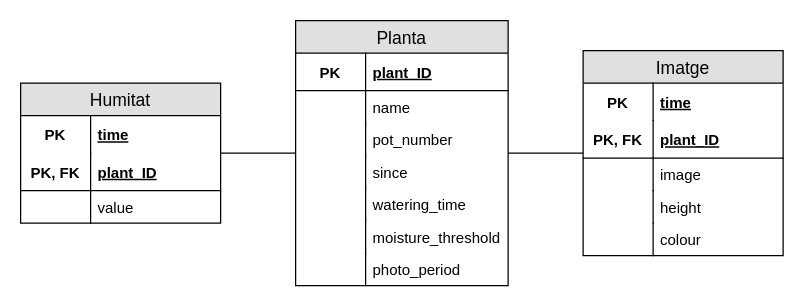
The draw.io diagram Diagrams/DB_ModelRelacional_v2.drawio in gerardPlanella/WeePlant, before the edit. Source tidied: cells renumbered, new cells numbered last; positions are measured from the earlier drawing's top-left corner, leaving out a move shared by most shapes. Both pictures are drawn from the tidied source at 125%, with x=0, y=0 at pixel (20, 20).
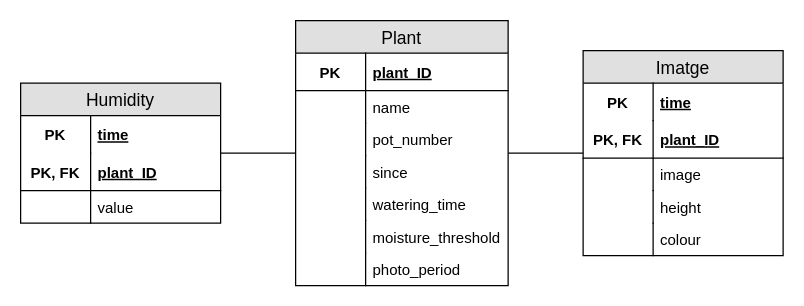
After the change.

Commit message:
solucionat problema amb el nom dels diagrames

Diff of the diagram source:
```diff
@@
-    <mxCell id="3" value="Humitat" style="swimlane;fontStyle=0;horizontal=1;startSize=26;fillColor=#e0e0e0;swimlaneFillColor=#ffffff;align=center;fontSize=14;" parent="1" vertex="1">
+    <mxCell id="3" value="Humidity" style="swimlane;fontStyle=0;horizontal=1;startSize=26;fillColor=#e0e0e0;swimlaneFillColor=#ffffff;align=center;fontSize=14;" parent="1" vertex="1">
       <mxGeometry y="50" width="160" height="112" as="geometry" />
     </mxCell>
@@
-    <mxCell id="22" value="Planta" style="swimlane;fontStyle=0;horizontal=1;startSize=26;fillColor=#e0e0e0;swimlaneFillColor=#ffffff;align=center;fontSize=14;" parent="1" vertex="1">
+    <mxCell id="22" value="Plant" style="swimlane;fontStyle=0;horizontal=1;startSize=26;fillColor=#e0e0e0;swimlaneFillColor=#ffffff;align=center;fontSize=14;" parent="1" vertex="1">
       <mxGeometry x="220" width="170" height="212" as="geometry" />
     </mxCell>
```
